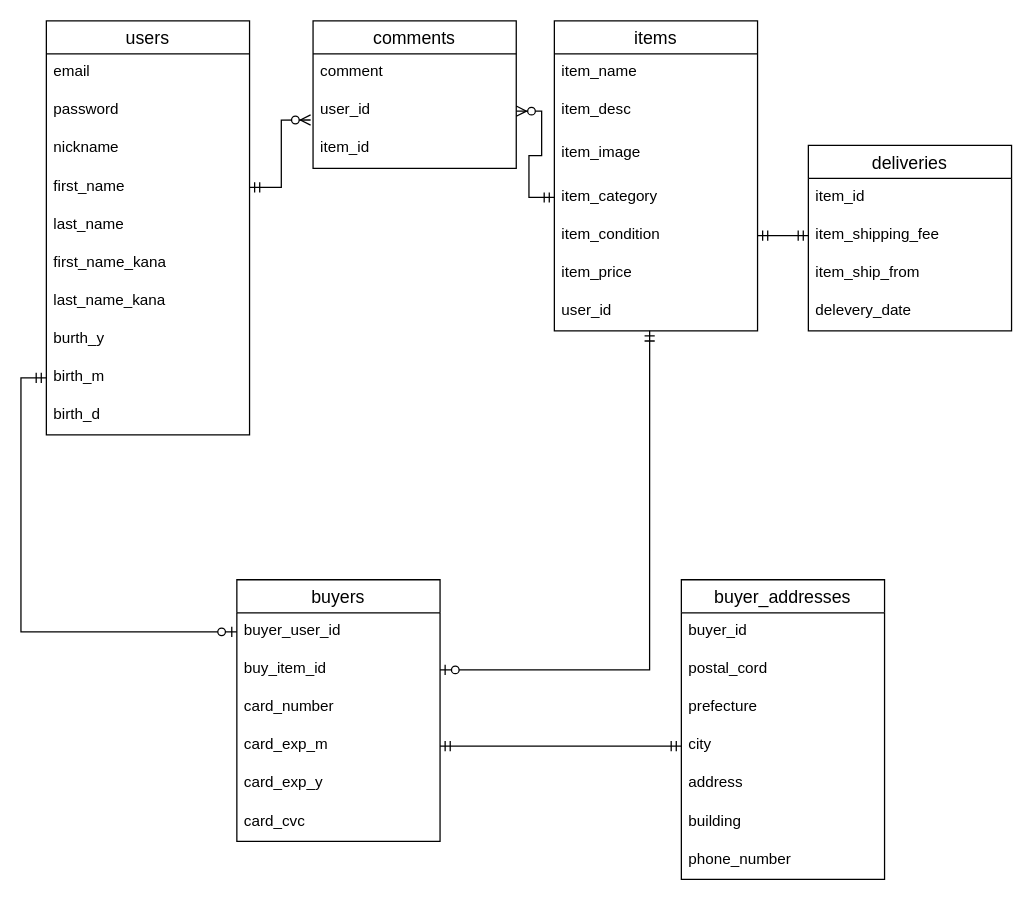
This is er.dio from nzk-tomo/furima-31124, a draw.io file, before an edit. Source tidied: cells renumbered, new cells numbered last; positions are measured from the earlier drawing's top-left corner, leaving out a move shared by most shapes. Both pictures are drawn from the tidied source at 127%, with x=0, y=0 at pixel (46, 20).
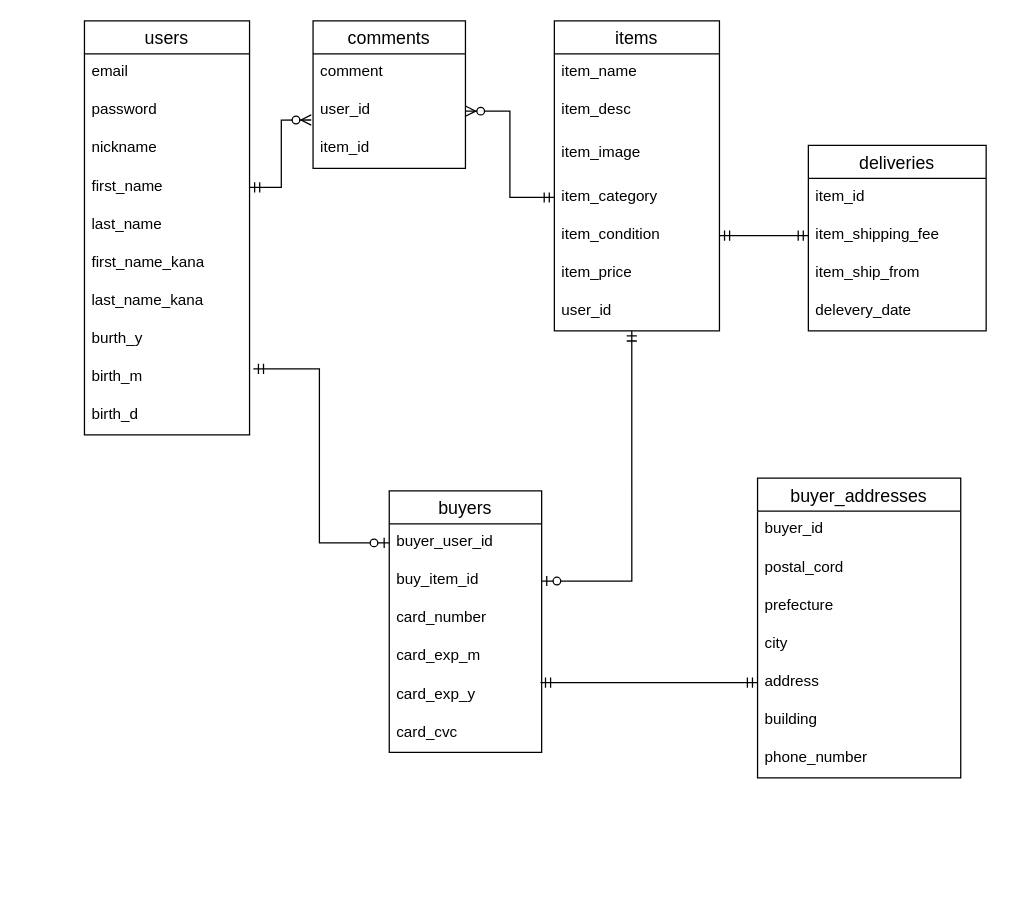
The same page after the edit.

Unchanged cells that the change refers to:
```xml
<mxCell id="46" value="city" style="text;strokeColor=none;fillColor=none;spacingLeft=4;spacingRight=4;overflow=hidden;points=[[0,0.5],[1,0.5]];portConstraint=eastwest;fontSize=12;" parent="42" vertex="1">
  <mxGeometry y="116" width="160" height="30" as="geometry" />
</mxCell>
<mxCell id="47" value="address" style="text;strokeColor=none;fillColor=none;spacingLeft=4;spacingRight=4;overflow=hidden;points=[[0,0.5],[1,0.5]];portConstraint=eastwest;fontSize=12;" parent="42" vertex="1">
  <mxGeometry y="146" width="160" height="30" as="geometry" />
</mxCell>
```

Diff of the diagram source:
```diff
@@
     <mxCell id="2" value="deliveries" style="swimlane;fontStyle=0;horizontal=1;startSize=26;align=center;fontSize=14;" parent="1" vertex="1">
-      <mxGeometry x="600" y="98" width="160" height="146" as="geometry" />
+      <mxGeometry x="600" y="98" width="140" height="146" as="geometry" />
     </mxCell>
     <mxCell id="3" value="item_id" style="text;strokeColor=none;fillColor=none;spacingLeft=4;spacingRight=4;overflow=hidden;fontSize=12;" parent="2" vertex="1">
-      <mxGeometry y="26" width="160" height="30" as="geometry" />
+      <mxGeometry y="26" width="140" height="30" as="geometry" />
     </mxCell>
     <mxCell id="4" value="item_shipping_fee" style="text;strokeColor=none;fillColor=none;spacingLeft=4;spacingRight=4;overflow=hidden;points=[[0,0.5],[1,0.5]];portConstraint=eastwest;fontSize=12;" parent="2" vertex="1">
-      <mxGeometry y="56" width="160" height="30" as="geometry" />
+      <mxGeometry y="56" width="140" height="30" as="geometry" />
     </mxCell>
     <mxCell id="5" value="item_ship_from" style="text;strokeColor=none;fillColor=none;spacingLeft=4;spacingRight=4;overflow=hidden;fontSize=12;" parent="2" vertex="1">
-      <mxGeometry y="86" width="160" height="30" as="geometry" />
+      <mxGeometry y="86" width="140" height="30" as="geometry" />
     </mxCell>
     <mxCell id="6" value="delevery_date" style="text;strokeColor=none;fillColor=none;spacingLeft=4;spacingRight=4;overflow=hidden;fontSize=12;" parent="2" vertex="1">
-      <mxGeometry y="116" width="160" height="30" as="geometry" />
+      <mxGeometry y="116" width="140" height="30" as="geometry" />
     </mxCell>
@@
     <mxCell id="8" value="users" style="swimlane;fontStyle=0;horizontal=1;startSize=26;align=center;fontSize=14;" parent="1" vertex="1">
-      <mxGeometry width="160" height="326" as="geometry" />
+      <mxGeometry x="30" width="130" height="326" as="geometry" />
     </mxCell>
     <mxCell id="9" value="email" style="text;strokeColor=none;fillColor=none;spacingLeft=4;spacingRight=4;overflow=hidden;fontSize=12;" parent="8" vertex="1">
-      <mxGeometry y="26" width="160" height="30" as="geometry" />
+      <mxGeometry y="26" width="130" height="30" as="geometry" />
     </mxCell>
     <mxCell id="10" value="password" style="text;strokeColor=none;fillColor=none;spacingLeft=4;spacingRight=4;overflow=hidden;fontSize=12;" parent="8" vertex="1">
-      <mxGeometry y="56" width="160" height="30" as="geometry" />
+      <mxGeometry y="56" width="130" height="30" as="geometry" />
     </mxCell>
     <mxCell id="11" value="nickname" style="text;strokeColor=none;fillColor=none;spacingLeft=4;spacingRight=4;overflow=hidden;fontSize=12;" parent="8" vertex="1">
-      <mxGeometry y="86" width="160" height="30" as="geometry" />
+      <mxGeometry y="86" width="130" height="30" as="geometry" />
     </mxCell>
     <mxCell id="12" value="first_name" style="text;strokeColor=none;fillColor=none;spacingLeft=4;spacingRight=4;overflow=hidden;points=[[0,0.5],[1,0.5]];portConstraint=eastwest;fontSize=12;" parent="8" vertex="1">
-      <mxGeometry y="116" width="160" height="30" as="geometry" />
+      <mxGeometry y="116" width="130" height="30" as="geometry" />
     </mxCell>
     <mxCell id="13" value="last_name" style="text;strokeColor=none;fillColor=none;spacingLeft=4;spacingRight=4;overflow=hidden;fontSize=12;" parent="8" vertex="1">
-      <mxGeometry y="146" width="160" height="30" as="geometry" />
+      <mxGeometry y="146" width="130" height="30" as="geometry" />
     </mxCell>
     <mxCell id="14" value="first_name_kana" style="text;strokeColor=none;fillColor=none;spacingLeft=4;spacingRight=4;overflow=hidden;fontSize=12;" parent="8" vertex="1">
-      <mxGeometry y="176" width="160" height="30" as="geometry" />
+      <mxGeometry y="176" width="130" height="30" as="geometry" />
     </mxCell>
     <mxCell id="15" value="last_name_kana" style="text;strokeColor=none;fillColor=none;spacingLeft=4;spacingRight=4;overflow=hidden;fontSize=12;" parent="8" vertex="1">
-      <mxGeometry y="206" width="160" height="30" as="geometry" />
+      <mxGeometry y="206" width="130" height="30" as="geometry" />
     </mxCell>
     <mxCell id="16" value="burth_y" style="text;strokeColor=none;fillColor=none;spacingLeft=4;spacingRight=4;overflow=hidden;fontSize=12;" parent="8" vertex="1">
-      <mxGeometry y="236" width="160" height="30" as="geometry" />
+      <mxGeometry y="236" width="130" height="30" as="geometry" />
     </mxCell>
     <mxCell id="17" value="birth_m" style="text;strokeColor=none;fillColor=none;spacingLeft=4;spacingRight=4;overflow=hidden;points=[[0,0.5],[1,0.5]];portConstraint=eastwest;fontSize=12;" parent="8" vertex="1">
-      <mxGeometry y="266" width="160" height="30" as="geometry" />
+      <mxGeometry y="266" width="130" height="30" as="geometry" />
     </mxCell>
     <mxCell id="18" value="birth_d" style="text;strokeColor=none;fillColor=none;spacingLeft=4;spacingRight=4;overflow=hidden;fontSize=12;" parent="8" vertex="1">
-      <mxGeometry y="296" width="160" height="30" as="geometry" />
+      <mxGeometry y="296" width="130" height="30" as="geometry" />
     </mxCell>
     <mxCell id="19" value="items" style="swimlane;fontStyle=0;horizontal=1;startSize=26;align=center;fontSize=14;" parent="1" vertex="1">
-      <mxGeometry x="400" width="160" height="244" as="geometry" />
+      <mxGeometry x="400" width="130" height="244" as="geometry" />
     </mxCell>
     <mxCell id="20" value="item_name" style="text;strokeColor=none;fillColor=none;spacingLeft=4;spacingRight=4;overflow=hidden;fontSize=12;" parent="19" vertex="1">
-      <mxGeometry y="26" width="160" height="30" as="geometry" />
+      <mxGeometry y="26" width="130" height="30" as="geometry" />
     </mxCell>
     <mxCell id="21" value="item_desc" style="text;strokeColor=none;fillColor=none;spacingLeft=4;spacingRight=4;overflow=hidden;fontSize=12;" parent="19" vertex="1">
-      <mxGeometry y="56" width="160" height="34" as="geometry" />
+      <mxGeometry y="56" width="130" height="34" as="geometry" />
     </mxCell>
     <mxCell id="22" value="item_image" style="text;strokeColor=none;fillColor=none;spacingLeft=4;spacingRight=4;overflow=hidden;fontSize=12;" parent="19" vertex="1">
-      <mxGeometry y="90" width="160" height="34" as="geometry" />
+      <mxGeometry y="90" width="130" height="34" as="geometry" />
     </mxCell>
     <mxCell id="23" value="item_category" style="text;strokeColor=none;fillColor=none;spacingLeft=4;spacingRight=4;overflow=hidden;points=[[0,0.5],[1,0.5]];portConstraint=eastwest;fontSize=12;" parent="19" vertex="1">
-      <mxGeometry y="124" width="160" height="30" as="geometry" />
+      <mxGeometry y="124" width="130" height="30" as="geometry" />
     </mxCell>
     <mxCell id="24" value="item_condition" style="text;strokeColor=none;fillColor=none;spacingLeft=4;spacingRight=4;overflow=hidden;points=[[0,0.5],[1,0.5]];portConstraint=eastwest;fontSize=12;" parent="19" vertex="1">
-      <mxGeometry y="154" width="160" height="30" as="geometry" />
+      <mxGeometry y="154" width="130" height="30" as="geometry" />
     </mxCell>
     <mxCell id="25" value="item_price" style="text;strokeColor=none;fillColor=none;spacingLeft=4;spacingRight=4;overflow=hidden;fontSize=12;" parent="19" vertex="1">
-      <mxGeometry y="184" width="160" height="30" as="geometry" />
+      <mxGeometry y="184" width="130" height="30" as="geometry" />
     </mxCell>
     <mxCell id="26" value="user_id" style="text;strokeColor=none;fillColor=none;spacingLeft=4;spacingRight=4;overflow=hidden;points=[[0,0.5],[1,0.5]];portConstraint=eastwest;fontSize=12;" parent="19" vertex="1">
-      <mxGeometry y="214" width="160" height="30" as="geometry" />
+      <mxGeometry y="214" width="130" height="30" as="geometry" />
     </mxCell>
@@
     <mxCell id="29" value="comments" style="swimlane;fontStyle=0;horizontal=1;startSize=26;align=center;fontSize=14;" parent="1" vertex="1">
-      <mxGeometry x="210" width="160" height="116" as="geometry" />
+      <mxGeometry x="210" width="120" height="116" as="geometry" />
     </mxCell>
     <mxCell id="30" value="comment" style="text;strokeColor=none;fillColor=none;spacingLeft=4;spacingRight=4;overflow=hidden;fontSize=12;" parent="29" vertex="1">
-      <mxGeometry y="26" width="160" height="30" as="geometry" />
+      <mxGeometry y="26" width="120" height="30" as="geometry" />
     </mxCell>
     <mxCell id="31" value="user_id" style="text;strokeColor=none;fillColor=none;spacingLeft=4;spacingRight=4;overflow=hidden;points=[[0,0.5],[1,0.5]];portConstraint=eastwest;fontSize=12;" parent="29" vertex="1">
-      <mxGeometry y="56" width="160" height="30" as="geometry" />
+      <mxGeometry y="56" width="120" height="30" as="geometry" />
     </mxCell>
     <mxCell id="32" value="item_id" style="text;strokeColor=none;fillColor=none;spacingLeft=4;spacingRight=4;overflow=hidden;fontSize=12;" parent="29" vertex="1">
-      <mxGeometry y="86" width="160" height="30" as="geometry" />
+      <mxGeometry y="86" width="120" height="30" as="geometry" />
     </mxCell>
+    <mxCell id="40" style="edgeStyle=orthogonalEdgeStyle;rounded=0;jettySize=auto;html=1;exitX=1.023;exitY=0.267;exitDx=0;exitDy=0;entryX=0;entryY=0.5;entryDx=0;entryDy=0;startArrow=ERmandOne;startFill=0;endArrow=ERzeroToOne;endFill=1;exitPerimeter=0;" parent="1" edge="1" source="17" target="34">
+      <mxGeometry relative="1" as="geometry" />
+    </mxCell>
+    <mxCell id="41" style="edgeStyle=orthogonalEdgeStyle;rounded=0;jettySize=auto;html=1;exitX=1;exitY=0.5;exitDx=0;exitDy=0;entryX=0.469;entryY=1;entryDx=0;entryDy=0;entryPerimeter=0;startArrow=ERzeroToOne;startFill=1;endArrow=ERmandOne;endFill=0;" parent="1" edge="1" source="35" target="26">
+      <mxGeometry relative="1" as="geometry">
+        <Array as="points">
+          <mxPoint x="461" y="441" />
+        </Array>
+      </mxGeometry>
+    </mxCell>
+    <mxCell id="50" style="edgeStyle=orthogonalEdgeStyle;rounded=0;jettySize=auto;html=1;exitX=0;exitY=0.5;exitDx=0;exitDy=0;entryX=0.992;entryY=0.167;entryDx=0;entryDy=0;startArrow=ERmandOne;startFill=0;endArrow=ERmandOne;endFill=0;entryPerimeter=0;" parent="1" edge="1" source="47" target="38">
+      <mxGeometry relative="1" as="geometry" />
+    </mxCell>
     <mxCell id="33" value="buyers" style="swimlane;fontStyle=0;horizontal=1;startSize=26;align=center;fontSize=14;" parent="1" vertex="1">
-      <mxGeometry x="150" y="440" width="160" height="206" as="geometry" />
+      <mxGeometry x="270" y="370" width="120" height="206" as="geometry" />
     </mxCell>
     <mxCell id="34" value="buyer_user_id" style="text;strokeColor=none;fillColor=none;spacingLeft=4;spacingRight=4;overflow=hidden;points=[[0,0.5],[1,0.5]];portConstraint=eastwest;fontSize=12;" parent="33" vertex="1">
-      <mxGeometry y="26" width="160" height="30" as="geometry" />
+      <mxGeometry y="26" width="120" height="30" as="geometry" />
     </mxCell>
     <mxCell id="35" value="buy_item_id" style="text;strokeColor=none;fillColor=none;spacingLeft=4;spacingRight=4;overflow=hidden;points=[[0,0.5],[1,0.5]];portConstraint=eastwest;fontSize=12;" parent="33" vertex="1">
-      <mxGeometry y="56" width="160" height="30" as="geometry" />
+      <mxGeometry y="56" width="120" height="30" as="geometry" />
     </mxCell>
     <mxCell id="36" value="card_number" style="text;strokeColor=none;fillColor=none;spacingLeft=4;spacingRight=4;overflow=hidden;fontSize=12;" parent="33" vertex="1">
-      <mxGeometry y="86" width="160" height="30" as="geometry" />
+      <mxGeometry y="86" width="120" height="30" as="geometry" />
     </mxCell>
     <mxCell id="37" value="card_exp_m" style="text;strokeColor=none;fillColor=none;spacingLeft=4;spacingRight=4;overflow=hidden;points=[[0,0.5],[1,0.5]];portConstraint=eastwest;fontSize=12;" parent="33" vertex="1">
-      <mxGeometry y="116" width="160" height="30" as="geometry" />
+      <mxGeometry y="116" width="120" height="30" as="geometry" />
     </mxCell>
     <mxCell id="38" value="card_exp_y" style="text;strokeColor=none;fillColor=none;spacingLeft=4;spacingRight=4;overflow=hidden;points=[[0,0.5],[1,0.5]];portConstraint=eastwest;fontSize=12;" parent="33" vertex="1">
-      <mxGeometry y="146" width="160" height="30" as="geometry" />
+      <mxGeometry y="146" width="120" height="30" as="geometry" />
     </mxCell>
     <mxCell id="39" value="card_cvc" style="text;strokeColor=none;fillColor=none;spacingLeft=4;spacingRight=4;overflow=hidden;fontSize=12;" parent="33" vertex="1">
-      <mxGeometry y="176" width="160" height="30" as="geometry" />
+      <mxGeometry y="176" width="120" height="30" as="geometry" />
     </mxCell>
-    <mxCell id="40" style="edgeStyle=orthogonalEdgeStyle;rounded=0;jettySize=auto;html=1;exitX=0;exitY=0.5;exitDx=0;exitDy=0;entryX=0;entryY=0.5;entryDx=0;entryDy=0;startArrow=ERmandOne;startFill=0;endArrow=ERzeroToOne;endFill=1;" parent="1" edge="1" source="17" target="34">
-      <mxGeometry relative="1" as="geometry" />
-    </mxCell>
-    <mxCell id="41" style="edgeStyle=orthogonalEdgeStyle;rounded=0;jettySize=auto;html=1;exitX=1;exitY=0.5;exitDx=0;exitDy=0;entryX=0.469;entryY=1;entryDx=0;entryDy=0;entryPerimeter=0;startArrow=ERzeroToOne;startFill=1;endArrow=ERmandOne;endFill=0;" parent="1" edge="1" source="35" target="26">
-      <mxGeometry relative="1" as="geometry" />
-    </mxCell>
     <mxCell id="42" value="buyer_addresses" style="swimlane;fontStyle=0;horizontal=1;startSize=26;align=center;fontSize=14;" parent="1" vertex="1">
-      <mxGeometry x="500" y="440" width="160" height="236" as="geometry" />
+      <mxGeometry x="560" y="360" width="160" height="236" as="geometry" />
     </mxCell>
@@
-    <mxCell id="50" style="edgeStyle=orthogonalEdgeStyle;rounded=0;jettySize=auto;html=1;exitX=0;exitY=0.5;exitDx=0;exitDy=0;entryX=1;entryY=0.5;entryDx=0;entryDy=0;startArrow=ERmandOne;startFill=0;endArrow=ERmandOne;endFill=0;" parent="1" edge="1" source="46" target="37">
-      <mxGeometry relative="1" as="geometry" />
-    </mxCell>
```
